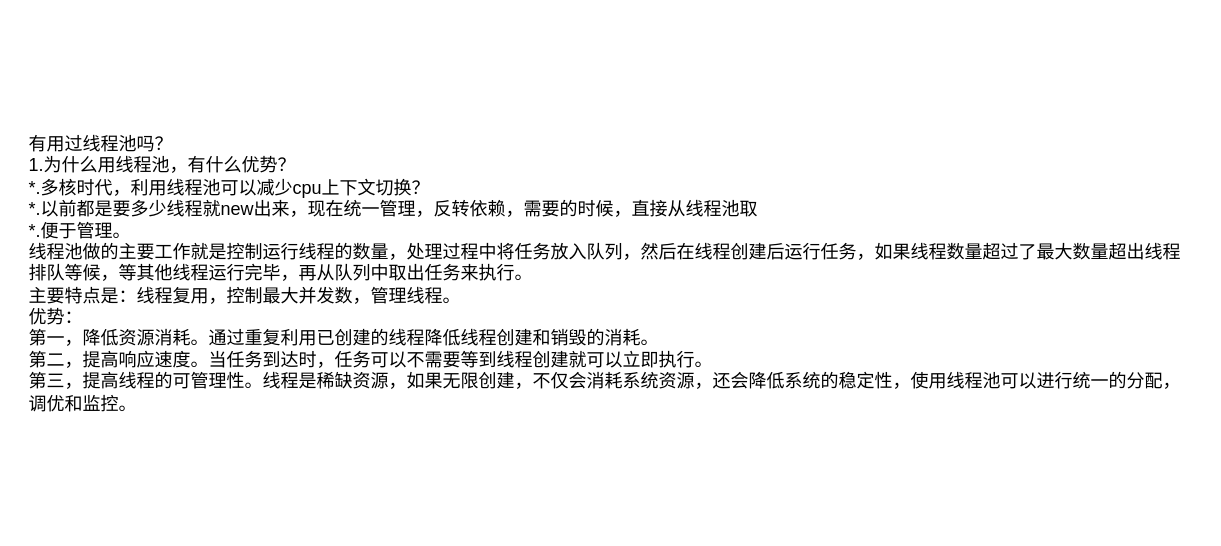
Before: Java基础/多线程/线程池.drawio in qouson/my-Java-note, a draw.io diagram. Source tidied: cells renumbered, new cells numbered last; positions are measured from the earlier drawing's top-left corner, leaving out a move shared by most shapes. Both pictures are drawn from the tidied source at 150%, with x=0, y=0 at pixel (26, 26).
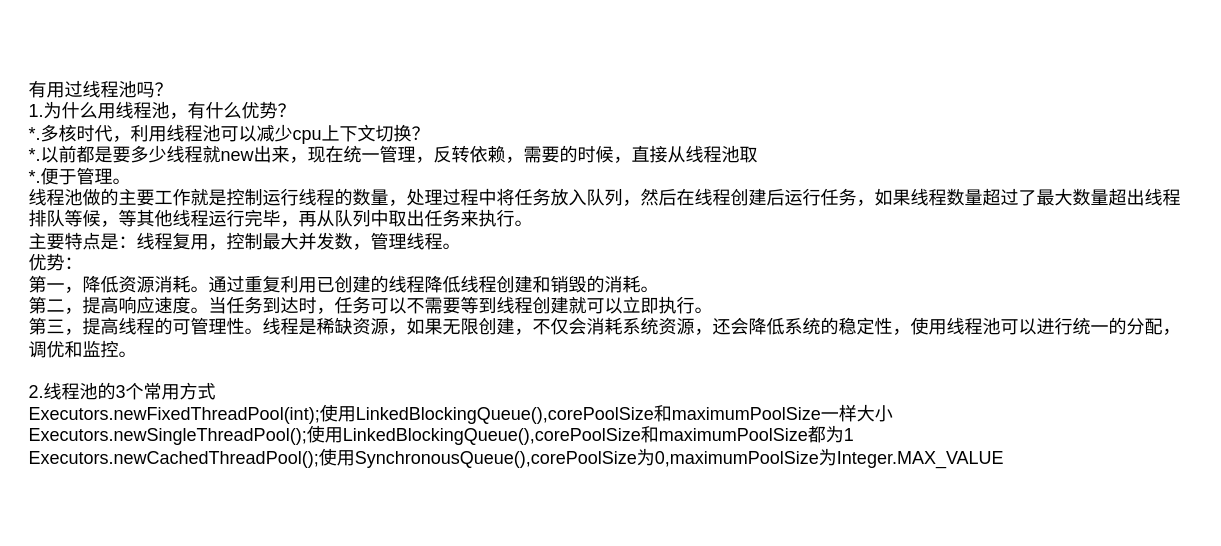
The same page after the edit.

Commit message (it also covers changes not shown here):
更新线程池.drawio

Diff of the diagram source:
```diff
@@
 <mxGraphModel>
   <root>
     <mxCell id="0" />
     <mxCell id="1" parent="0" />
-    <mxCell id="2" value="&lt;div&gt;有用过线程池吗？&lt;/div&gt;&lt;div&gt;1.为什么用线程池，有什么优势？&lt;/div&gt;&lt;div&gt;*.多核时代，利用线程池可以减少cpu上下文切换？&lt;/div&gt;&lt;div&gt;*.以前都是要多少线程就new出来，现在统一管理，反转依赖，需要的时候，直接从线程池取&lt;/div&gt;&lt;div&gt;*.便于管理。&lt;/div&gt;&lt;div&gt;线程池做的主要工作就是控制运行线程的数量，处理过程中将任务放入队列，然后在线程创建后运行任务，如果线程数量超过了最大数量超出线程排队等候，等其他线程运行完毕，再从队列中取出任务来执行。&lt;/div&gt;&lt;div&gt;主要特点是：线程复用，控制最大并发数，管理线程。&lt;/div&gt;&lt;div&gt;优势：&lt;/div&gt;&lt;div&gt;第一，降低资源消耗。通过重复利用已创建的线程降低线程创建和销毁的消耗。&lt;/div&gt;&lt;div&gt;第二，提高响应速度。当任务到达时，任务可以不需要等到线程创建就可以立即执行。&lt;/div&gt;&lt;div&gt;第三，提高线程的可管理性。线程是稀缺资源，如果无限创建，不仅会消耗系统资源，还会降低系统的稳定性，使用线程池可以进行统一的分配，调优和监控。&lt;br&gt;&lt;/div&gt;" style="text;html=1;strokeColor=none;fillColor=none;align=left;verticalAlign=middle;whiteSpace=wrap;rounded=0;" parent="1" vertex="1">
+    <mxCell id="2" value="&lt;div&gt;有用过线程池吗？&lt;/div&gt;&lt;div&gt;1.为什么用线程池，有什么优势？&lt;/div&gt;&lt;div&gt;*.多核时代，利用线程池可以减少cpu上下文切换？&lt;/div&gt;&lt;div&gt;*.以前都是要多少线程就new出来，现在统一管理，反转依赖，需要的时候，直接从线程池取&lt;/div&gt;&lt;div&gt;*.便于管理。&lt;/div&gt;&lt;div&gt;线程池做的主要工作就是控制运行线程的数量，处理过程中将任务放入队列，然后在线程创建后运行任务，如果线程数量超过了最大数量超出线程排队等候，等其他线程运行完毕，再从队列中取出任务来执行。&lt;/div&gt;&lt;div&gt;主要特点是：线程复用，控制最大并发数，管理线程。&lt;/div&gt;&lt;div&gt;优势：&lt;/div&gt;&lt;div&gt;第一，降低资源消耗。通过重复利用已创建的线程降低线程创建和销毁的消耗。&lt;/div&gt;&lt;div&gt;第二，提高响应速度。当任务到达时，任务可以不需要等到线程创建就可以立即执行。&lt;/div&gt;&lt;div&gt;第三，提高线程的可管理性。线程是稀缺资源，如果无限创建，不仅会消耗系统资源，还会降低系统的稳定性，使用线程池可以进行统一的分配，调优和监控。&lt;/div&gt;&lt;div&gt;&lt;br&gt;&lt;/div&gt;&lt;div&gt;2.线程池的3个常用方式&lt;/div&gt;&lt;div&gt;Executors.newFixedThreadPool(int);使用LinkedBlockingQueue(),corePoolSize和maximumPoolSize一样大小&lt;br&gt;&lt;/div&gt;&lt;div&gt;Executors.newSingleThreadPool();使用LinkedBlockingQueue(),corePoolSize和maximumPoolSize都为1&lt;/div&gt;&lt;div&gt;Executors.newCachedThreadPool();使用SynchronousQueue(),corePoolSize为0,maximumPoolSize为Integer.MAX_VALUE&lt;br&gt;&lt;/div&gt;" style="text;html=1;strokeColor=none;fillColor=none;align=left;verticalAlign=middle;whiteSpace=wrap;rounded=0;" parent="1" vertex="1">
       <mxGeometry width="780" height="330" as="geometry" />
     </mxCell>
   </root>
 </mxGraphModel>
```
